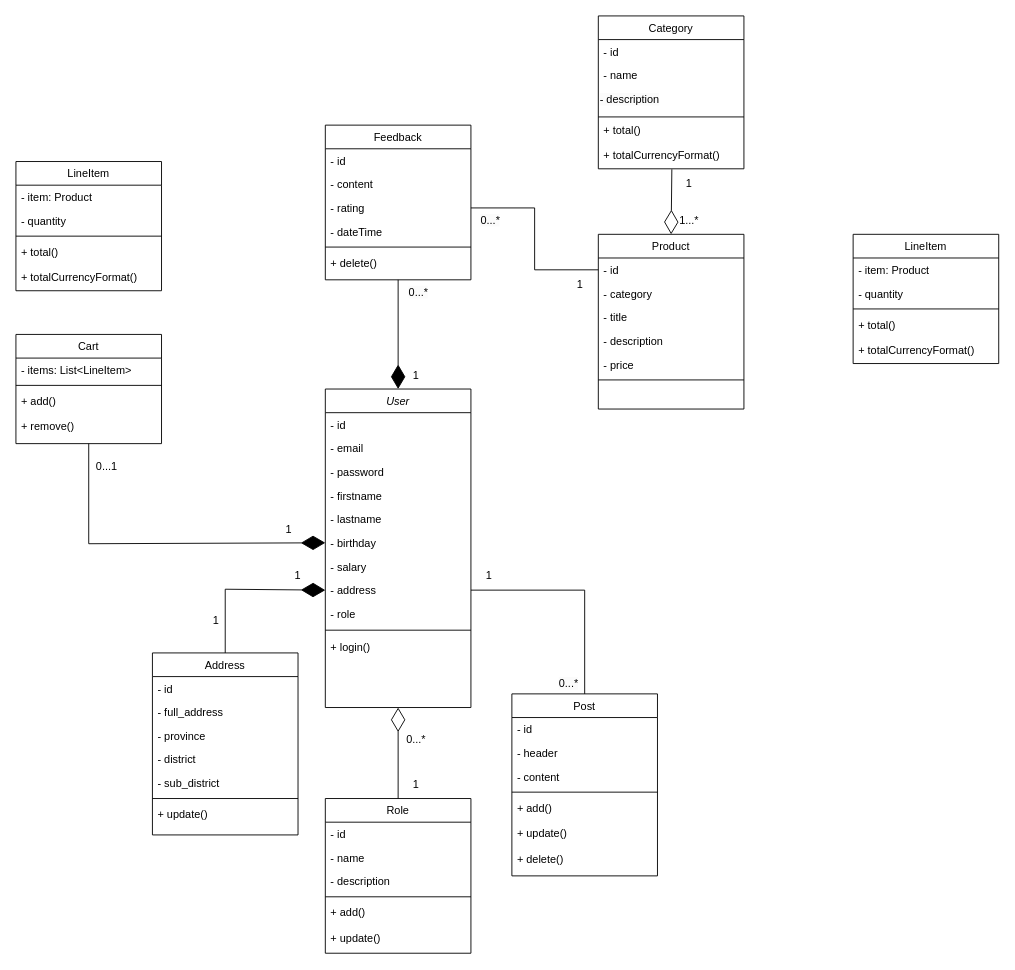
The draw.io diagram WEB.drawio in Bisoo12300/web_project_ERD, before the edit. Source tidied: cells renumbered, new cells numbered last; positions are measured from the earlier drawing's top-left corner, leaving out a move shared by most shapes. Both pictures are drawn from the tidied source at 91%, with x=0, y=0 at pixel (15, 15).
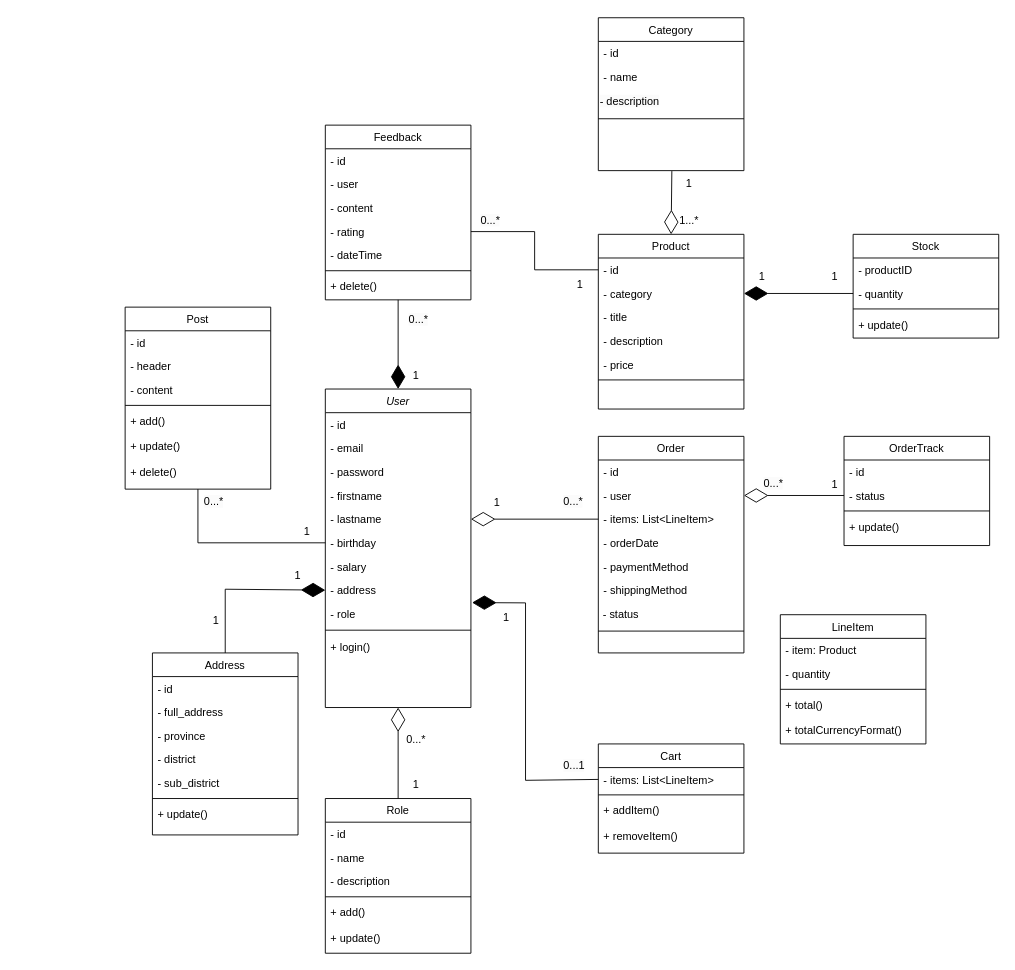
After the change.

Commit message:
Cập nhật WEB.drawio

Unchanged cells that the change refers to:
```xml
<mxCell id="7" value="- lastname" style="text;align=left;verticalAlign=top;spacingLeft=4;spacingRight=4;overflow=hidden;points=[[0,0.5],[1,0.5]];portConstraint=eastwest;rounded=0;shadow=0;html=0;" parent="2" vertex="1">
  <mxGeometry y="130" width="160" height="26" as="geometry" />
</mxCell>
<mxCell id="8" value="- birthday" style="text;align=left;verticalAlign=top;spacingLeft=4;spacingRight=4;overflow=hidden;points=[[0,0.5],[1,0.5]];portConstraint=eastwest;rounded=0;shadow=0;html=0;" parent="2" vertex="1">
  <mxGeometry y="156" width="160" height="26" as="geometry" />
</mxCell>
<mxCell id="10" value="- address " style="text;align=left;verticalAlign=top;spacingLeft=4;spacingRight=4;overflow=hidden;points=[[0,0.5],[1,0.5]];portConstraint=eastwest;rounded=0;shadow=0;html=0;" parent="2" vertex="1">
  <mxGeometry y="208" width="160" height="26" as="geometry" />
</mxCell>
<mxCell id="57" value="- items: List&lt;LineItem&gt;" style="text;align=left;verticalAlign=top;spacingLeft=4;spacingRight=4;overflow=hidden;points=[[0,0.5],[1,0.5]];portConstraint=eastwest;" parent="56" vertex="1">
  <mxGeometry y="26" width="160" height="26" as="geometry" />
</mxCell>
<mxCell id="70" value="Product" style="swimlane;fontStyle=0;align=center;verticalAlign=top;horizontal=1;startSize=26;rounded=0;shadow=0;strokeWidth=1;" parent="1" vertex="1">
  <mxGeometry x="640" y="240" width="160" height="192" as="geometry" />
</mxCell>
<mxCell id="72" value="- category" style="text;align=left;verticalAlign=top;spacingLeft=4;spacingRight=4;overflow=hidden;points=[[0,0.5],[1,0.5]];portConstraint=eastwest;rounded=0;shadow=0;html=0;" parent="70" vertex="1">
  <mxGeometry y="52" width="160" height="26" as="geometry" />
</mxCell>
<mxCell id="92" value="- quantity" style="text;align=left;verticalAlign=top;spacingLeft=4;spacingRight=4;overflow=hidden;points=[[0,0.5],[1,0.5]];portConstraint=eastwest;" parent="90" vertex="1">
  <mxGeometry y="52" width="160" height="26" as="geometry" />
</mxCell>
```

The edit, as a diff of the source:
```diff
@@
     <mxCell id="35" value="Post" style="swimlane;fontStyle=0;align=center;verticalAlign=top;horizontal=1;startSize=26;rounded=0;shadow=0;strokeWidth=1;" parent="1" vertex="1">
-      <mxGeometry x="545" y="745" width="160" height="200" as="geometry" />
+      <mxGeometry x="120" y="320" width="160" height="200" as="geometry" />
     </mxCell>
@@
-    <mxCell id="43" style="endArrow=none;html=1;edgeStyle=orthogonalEdgeStyle;rounded=0;exitX=1;exitY=0.5;exitDx=0;exitDy=0;entryX=0.5;entryY=0;entryDx=0;entryDy=0;" parent="1" edge="1" source="10" target="35">
-      <mxGeometry relative="1" as="geometry" />
-    </mxCell>
     <mxCell id="44" value="1" style="text;html=1;strokeColor=none;fillColor=none;align=center;verticalAlign=middle;whiteSpace=wrap;rounded=0;" parent="1" vertex="1">
-      <mxGeometry x="490" y="600" width="60" height="30" as="geometry" />
+      <mxGeometry x="290" y="552" width="60" height="30" as="geometry" />
     </mxCell>
     <mxCell id="45" value="&lt;span style=&quot;color: rgb(0, 0, 0); font-family: Helvetica; font-size: 12px; font-style: normal; font-variant-ligatures: normal; font-variant-caps: normal; font-weight: 400; letter-spacing: normal; orphans: 2; text-align: center; text-indent: 0px; text-transform: none; widows: 2; word-spacing: 0px; -webkit-text-stroke-width: 0px; background-color: rgb(251, 251, 251); text-decoration-thickness: initial; text-decoration-style: initial; text-decoration-color: initial; float: none; display: inline !important;&quot;&gt;0...*&lt;/span&gt;" style="text;whiteSpace=wrap;html=1;" parent="1" vertex="1">
-      <mxGeometry x="595" y="720" width="50" height="40" as="geometry" />
+      <mxGeometry x="205" y="520" width="50" height="40" as="geometry" />
     </mxCell>
     <mxCell id="46" value="Feedback" style="swimlane;fontStyle=0;align=center;verticalAlign=top;horizontal=1;startSize=26;rounded=0;shadow=0;strokeWidth=1;" parent="1" vertex="1">
-      <mxGeometry x="340" y="120" width="160" height="170" as="geometry" />
+      <mxGeometry x="340" y="120" width="160" height="192" as="geometry" />
     </mxCell>
+    <mxCell id="96" value="- id " style="text;align=left;verticalAlign=top;spacingLeft=4;spacingRight=4;overflow=hidden;" parent="46" vertex="1">
+      <mxGeometry y="26" width="160" height="26" as="geometry" />
+    </mxCell>
-    <mxCell id="47" value="- id " style="text;align=left;verticalAlign=top;spacingLeft=4;spacingRight=4;overflow=hidden;" parent="46" vertex="1">
-      <mxGeometry y="26" width="160" height="26" as="geometry" />
+    <mxCell id="47" value="- user" style="text;align=left;verticalAlign=top;spacingLeft=4;spacingRight=4;overflow=hidden;" parent="46" vertex="1">
+      <mxGeometry y="52" width="160" height="26" as="geometry" />
     </mxCell>
     <mxCell id="48" value="- content" style="text;align=left;verticalAlign=top;spacingLeft=4;spacingRight=4;overflow=hidden;rounded=0;shadow=0;html=0;" parent="46" vertex="1">
-      <mxGeometry y="52" width="160" height="26" as="geometry" />
+      <mxGeometry y="78" width="160" height="26" as="geometry" />
     </mxCell>
     <mxCell id="49" value="- rating" style="text;align=left;verticalAlign=top;spacingLeft=4;spacingRight=4;overflow=hidden;points=[[0,0.5],[1,0.5]];portConstraint=eastwest;rounded=0;shadow=0;html=0;" parent="46" vertex="1">
-      <mxGeometry y="78" width="160" height="26" as="geometry" />
+      <mxGeometry y="104" width="160" height="26" as="geometry" />
     </mxCell>
     <mxCell id="50" value="- dateTime" style="text;align=left;verticalAlign=top;spacingLeft=4;spacingRight=4;overflow=hidden;rounded=0;shadow=0;html=0;" parent="46" vertex="1">
-      <mxGeometry y="104" width="160" height="26" as="geometry" />
+      <mxGeometry y="130" width="160" height="26" as="geometry" />
     </mxCell>
     <mxCell id="51" style="line;html=1;strokeWidth=1;align=left;verticalAlign=middle;spacingTop=-1;spacingLeft=3;spacingRight=3;labelPosition=right;" parent="46" vertex="1">
-      <mxGeometry y="130" width="160" height="8" as="geometry" />
+      <mxGeometry y="156" width="160" height="8" as="geometry" />
     </mxCell>
     <mxCell id="52" value="+ delete()" style="text;align=left;verticalAlign=top;spacingLeft=4;spacingRight=4;overflow=hidden;rounded=0;shadow=0;html=0;" parent="46" vertex="1">
-      <mxGeometry y="138" width="160" height="28" as="geometry" />
+      <mxGeometry y="164" width="160" height="28" as="geometry" />
     </mxCell>
@@
     <mxCell id="54" value="&lt;span style=&quot;color: rgb(0, 0, 0); font-family: Helvetica; font-size: 12px; font-style: normal; font-variant-ligatures: normal; font-variant-caps: normal; font-weight: 400; letter-spacing: normal; orphans: 2; text-align: center; text-indent: 0px; text-transform: none; widows: 2; word-spacing: 0px; -webkit-text-stroke-width: 0px; background-color: rgb(251, 251, 251); text-decoration-thickness: initial; text-decoration-style: initial; text-decoration-color: initial; float: none; display: inline !important;&quot;&gt;0...*&lt;/span&gt;" style="text;whiteSpace=wrap;html=1;" parent="1" vertex="1">
-      <mxGeometry x="430" y="290" width="50" height="40" as="geometry" />
+      <mxGeometry x="430" y="320" width="50" height="40" as="geometry" />
     </mxCell>
@@
     <mxCell id="56" value="Cart" style="swimlane;fontStyle=0;align=center;verticalAlign=top;horizontal=1;startSize=26;rounded=0;shadow=0;strokeWidth=1;" parent="1" vertex="1">
-      <mxGeometry y="350" width="160" height="120" as="geometry" />
+      <mxGeometry x="640" y="800" width="160" height="120" as="geometry" />
     </mxCell>
@@
-    <mxCell id="59" value="+ add()" style="text;align=left;verticalAlign=top;spacingLeft=4;spacingRight=4;overflow=hidden;rounded=0;shadow=0;html=0;" parent="56" vertex="1">
+    <mxCell id="59" value="+ addItem()" style="text;align=left;verticalAlign=top;spacingLeft=4;spacingRight=4;overflow=hidden;rounded=0;shadow=0;html=0;" parent="56" vertex="1">
       <mxGeometry y="60" width="160" height="28" as="geometry" />
     </mxCell>
-    <mxCell id="60" value="+ remove()" style="text;align=left;verticalAlign=top;spacingLeft=4;spacingRight=4;overflow=hidden;rounded=0;shadow=0;html=0;" parent="56" vertex="1">
+    <mxCell id="60" value="+ removeItem()" style="text;align=left;verticalAlign=top;spacingLeft=4;spacingRight=4;overflow=hidden;rounded=0;shadow=0;html=0;" parent="56" vertex="1">
       <mxGeometry y="88" width="160" height="28" as="geometry" />
     </mxCell>
-    <mxCell id="61" style="endArrow=diamondThin;endFill=1;endSize=24;html=1;rounded=0;entryX=0;entryY=0.5;entryDx=0;entryDy=0;exitX=0.5;exitY=1;exitDx=0;exitDy=0;" parent="1" edge="1" source="56" target="8">
-      <mxGeometry relative="1" as="geometry">
-        <Array as="points">
-          <mxPoint x="80" y="580" />
-        </Array>
-      </mxGeometry>
-    </mxCell>
-    <mxCell id="62" value="1" style="text;html=1;strokeColor=none;fillColor=none;align=center;verticalAlign=middle;whiteSpace=wrap;rounded=0;" parent="1" vertex="1">
-      <mxGeometry x="270" y="550" width="60" height="30" as="geometry" />
-    </mxCell>
-    <mxCell id="63" value="0...1" style="text;html=1;strokeColor=none;fillColor=none;align=center;verticalAlign=middle;whiteSpace=wrap;rounded=0;" parent="1" vertex="1">
-      <mxGeometry x="70" y="480" width="60" height="30" as="geometry" />
-    </mxCell>
     <mxCell id="64" value="LineItem" style="swimlane;fontStyle=0;align=center;verticalAlign=top;horizontal=1;startSize=26;rounded=0;shadow=0;strokeWidth=1;" parent="1" vertex="1">
-      <mxGeometry y="160" width="160" height="142" as="geometry" />
+      <mxGeometry x="840" y="658" width="160" height="142" as="geometry" />
     </mxCell>
@@
     <mxCell id="80" value="Category" style="swimlane;fontStyle=0;align=center;verticalAlign=top;horizontal=1;startSize=26;rounded=0;shadow=0;strokeWidth=1;" parent="1" vertex="1">
-      <mxGeometry x="640" width="160" height="168" as="geometry" />
+      <mxGeometry x="640" y="2" width="160" height="168" as="geometry" />
     </mxCell>
@@
-    <mxCell id="85" value="+ total()" style="text;align=left;verticalAlign=top;spacingLeft=4;spacingRight=4;overflow=hidden;rounded=0;shadow=0;html=0;" parent="80" vertex="1">
-      <mxGeometry y="112" width="160" height="28" as="geometry" />
-    </mxCell>
-    <mxCell id="86" value="+ totalCurrencyFormat()" style="text;align=left;verticalAlign=top;spacingLeft=4;spacingRight=4;overflow=hidden;points=[[0,0.5],[1,0.5]];portConstraint=eastwest;rounded=0;shadow=0;html=0;" parent="80" vertex="1">
-      <mxGeometry y="140" width="160" height="28" as="geometry" />
-    </mxCell>
-    <mxCell id="87" style="endArrow=diamondThin;endFill=0;endSize=24;html=1;rounded=0;entryX=0.5;entryY=0;entryDx=0;entryDy=0;exitX=0.505;exitY=1.019;exitDx=0;exitDy=0;exitPerimeter=0;" parent="1" edge="1" source="86" target="70">
-      <mxGeometry relative="1" as="geometry" />
+    <mxCell id="87" style="endArrow=diamondThin;endFill=0;endSize=24;html=1;rounded=0;entryX=0.5;entryY=0;entryDx=0;entryDy=0;exitX=0.505;exitY=1.019;exitDx=0;exitDy=0;exitPerimeter=0;" parent="1" edge="1" target="70">
+      <mxGeometry relative="1" as="geometry">
+        <mxPoint x="720.8" y="170.5" as="sourcePoint" />
+      </mxGeometry>
     </mxCell>
@@
-    <mxCell id="90" value="LineItem" style="swimlane;fontStyle=0;align=center;verticalAlign=top;horizontal=1;startSize=26;rounded=0;shadow=0;strokeWidth=1;" parent="1" vertex="1">
-      <mxGeometry x="920" y="240" width="160" height="142" as="geometry" />
+    <mxCell id="90" value="Stock" style="swimlane;fontStyle=0;align=center;verticalAlign=top;horizontal=1;startSize=26;rounded=0;shadow=0;strokeWidth=1;" parent="1" vertex="1">
+      <mxGeometry x="920" y="240" width="160" height="114" as="geometry" />
     </mxCell>
-    <mxCell id="91" value="- item: Product" style="text;align=left;verticalAlign=top;spacingLeft=4;spacingRight=4;overflow=hidden;" parent="90" vertex="1">
+    <mxCell id="91" value="- productID" style="text;align=left;verticalAlign=top;spacingLeft=4;spacingRight=4;overflow=hidden;" parent="90" vertex="1">
       <mxGeometry y="26" width="160" height="26" as="geometry" />
     </mxCell>
@@
-    <mxCell id="94" value="+ total()" style="text;align=left;verticalAlign=top;spacingLeft=4;spacingRight=4;overflow=hidden;rounded=0;shadow=0;html=0;" parent="90" vertex="1">
+    <mxCell id="94" value="+ update()" style="text;align=left;verticalAlign=top;spacingLeft=4;spacingRight=4;overflow=hidden;rounded=0;shadow=0;html=0;" parent="90" vertex="1">
       <mxGeometry y="86" width="160" height="28" as="geometry" />
     </mxCell>
-    <mxCell id="95" value="+ totalCurrencyFormat()" style="text;align=left;verticalAlign=top;spacingLeft=4;spacingRight=4;overflow=hidden;rounded=0;shadow=0;html=0;" parent="90" vertex="1">
-      <mxGeometry y="114" width="160" height="28" as="geometry" />
-    </mxCell>
+    <mxCell id="97" style="endArrow=diamondThin;endFill=1;endSize=24;html=1;rounded=0;entryX=1;entryY=0.5;entryDx=0;entryDy=0;exitX=0;exitY=0.5;exitDx=0;exitDy=0;" parent="1" edge="1" source="92" target="72">
+      <mxGeometry relative="1" as="geometry" />
+    </mxCell>
+    <mxCell id="98" value="1" style="text;html=1;strokeColor=none;fillColor=none;align=center;verticalAlign=middle;whiteSpace=wrap;rounded=0;" parent="1" vertex="1">
+      <mxGeometry x="790" y="272" width="60" height="30" as="geometry" />
+    </mxCell>
+    <mxCell id="99" value="1" style="text;html=1;strokeColor=none;fillColor=none;align=center;verticalAlign=middle;whiteSpace=wrap;rounded=0;" parent="1" vertex="1">
+      <mxGeometry x="870" y="272" width="60" height="30" as="geometry" />
+    </mxCell>
+    <mxCell id="100" value="Order" style="swimlane;fontStyle=0;align=center;verticalAlign=top;horizontal=1;startSize=26;rounded=0;shadow=0;strokeWidth=1;" parent="1" vertex="1">
+      <mxGeometry x="640" y="462" width="160" height="238" as="geometry" />
+    </mxCell>
+    <mxCell id="101" value="- id " style="text;align=left;verticalAlign=top;spacingLeft=4;spacingRight=4;overflow=hidden;" parent="100" vertex="1">
+      <mxGeometry y="26" width="160" height="26" as="geometry" />
+    </mxCell>
+    <mxCell id="102" value="- user" style="text;align=left;verticalAlign=top;spacingLeft=4;spacingRight=4;overflow=hidden;points=[[0,0.5],[1,0.5]];portConstraint=eastwest;rounded=0;shadow=0;html=0;" parent="100" vertex="1">
+      <mxGeometry y="52" width="160" height="26" as="geometry" />
+    </mxCell>
+    <mxCell id="103" value="- items: List&lt;LineItem&gt;" style="text;align=left;verticalAlign=top;spacingLeft=4;spacingRight=4;overflow=hidden;points=[[0,0.5],[1,0.5]];portConstraint=eastwest;" parent="100" vertex="1">
+      <mxGeometry y="78" width="160" height="26" as="geometry" />
+    </mxCell>
+    <mxCell id="104" value="- orderDate" style="text;align=left;verticalAlign=top;spacingLeft=4;spacingRight=4;overflow=hidden;rounded=0;shadow=0;html=0;" parent="100" vertex="1">
+      <mxGeometry y="104" width="160" height="26" as="geometry" />
+    </mxCell>
+    <mxCell id="105" value="- paymentMethod" style="text;align=left;verticalAlign=top;spacingLeft=4;spacingRight=4;overflow=hidden;rounded=0;shadow=0;html=0;" parent="100" vertex="1">
+      <mxGeometry y="130" width="160" height="26" as="geometry" />
+    </mxCell>
+    <mxCell id="106" value="- shippingMethod" style="text;align=left;verticalAlign=top;spacingLeft=4;spacingRight=4;overflow=hidden;rounded=0;shadow=0;html=0;" parent="100" vertex="1">
+      <mxGeometry y="156" width="160" height="26" as="geometry" />
+    </mxCell>
+    <mxCell id="107" value="&amp;nbsp;- status" style="text;whiteSpace=wrap;html=1;" parent="100" vertex="1">
+      <mxGeometry y="182" width="160" height="28" as="geometry" />
+    </mxCell>
+    <mxCell id="108" style="line;html=1;strokeWidth=1;align=left;verticalAlign=middle;spacingTop=-1;spacingLeft=3;spacingRight=3;labelPosition=right;" parent="100" vertex="1">
+      <mxGeometry y="210" width="160" height="8" as="geometry" />
+    </mxCell>
+    <mxCell id="109" style="endArrow=none;html=1;edgeStyle=orthogonalEdgeStyle;rounded=0;exitX=0.5;exitY=1;exitDx=0;exitDy=0;entryX=0;entryY=0.5;entryDx=0;entryDy=0;" parent="1" edge="1" source="35" target="8">
+      <mxGeometry relative="1" as="geometry" />
+    </mxCell>
+    <mxCell id="110" style="endArrow=diamondThin;endFill=1;endSize=24;html=1;rounded=0;entryX=1.008;entryY=1.027;entryDx=0;entryDy=0;entryPerimeter=0;exitX=0;exitY=0.5;exitDx=0;exitDy=0;" parent="1" edge="1" source="57" target="10">
+      <mxGeometry relative="1" as="geometry">
+        <Array as="points">
+          <mxPoint x="560" y="840" />
+          <mxPoint x="560" y="645" />
+        </Array>
+      </mxGeometry>
+    </mxCell>
+    <mxCell id="111" value="1" style="text;html=1;strokeColor=none;fillColor=none;align=center;verticalAlign=middle;whiteSpace=wrap;rounded=0;" parent="1" vertex="1">
+      <mxGeometry x="509" y="646" width="60" height="30" as="geometry" />
+    </mxCell>
+    <mxCell id="63" value="&lt;span style=&quot;color: rgb(0, 0, 0); font-family: Helvetica; font-size: 12px; font-style: normal; font-variant-ligatures: normal; font-variant-caps: normal; font-weight: 400; letter-spacing: normal; orphans: 2; text-align: center; text-indent: 0px; text-transform: none; widows: 2; word-spacing: 0px; -webkit-text-stroke-width: 0px; background-color: rgb(251, 251, 251); text-decoration-thickness: initial; text-decoration-style: initial; text-decoration-color: initial; float: none; display: inline !important;&quot;&gt;0...1&lt;/span&gt;" style="text;whiteSpace=wrap;html=1;" parent="1" vertex="1">
+      <mxGeometry x="600" y="810" width="50" height="40" as="geometry" />
+    </mxCell>
+    <mxCell id="112" style="endArrow=diamondThin;endFill=0;endSize=24;html=1;rounded=0;entryX=1;entryY=0.5;entryDx=0;entryDy=0;exitX=0;exitY=0.5;exitDx=0;exitDy=0;" parent="1" edge="1" source="103" target="7">
+      <mxGeometry relative="1" as="geometry" />
+    </mxCell>
+    <mxCell id="113" value="1" style="text;html=1;strokeColor=none;fillColor=none;align=center;verticalAlign=middle;whiteSpace=wrap;rounded=0;" parent="1" vertex="1">
+      <mxGeometry x="499" y="520" width="60" height="30" as="geometry" />
+    </mxCell>
+    <mxCell id="114" value="&lt;span style=&quot;color: rgb(0, 0, 0); font-family: Helvetica; font-size: 12px; font-style: normal; font-variant-ligatures: normal; font-variant-caps: normal; font-weight: 400; letter-spacing: normal; orphans: 2; text-align: center; text-indent: 0px; text-transform: none; widows: 2; word-spacing: 0px; -webkit-text-stroke-width: 0px; background-color: rgb(251, 251, 251); text-decoration-thickness: initial; text-decoration-style: initial; text-decoration-color: initial; float: none; display: inline !important;&quot;&gt;0...*&lt;/span&gt;" style="text;whiteSpace=wrap;html=1;" parent="1" vertex="1">
+      <mxGeometry x="600" y="520" width="50" height="40" as="geometry" />
+    </mxCell>
+    <mxCell id="115" value="OrderTrack" style="swimlane;fontStyle=0;align=center;verticalAlign=top;horizontal=1;startSize=26;rounded=0;shadow=0;strokeWidth=1;" parent="1" vertex="1">
+      <mxGeometry x="910" y="462" width="160" height="120" as="geometry" />
+    </mxCell>
+    <mxCell id="116" value="- id" style="text;align=left;verticalAlign=top;spacingLeft=4;spacingRight=4;overflow=hidden;" parent="115" vertex="1">
+      <mxGeometry y="26" width="160" height="26" as="geometry" />
+    </mxCell>
+    <mxCell id="117" value="- status" style="text;align=left;verticalAlign=top;spacingLeft=4;spacingRight=4;overflow=hidden;points=[[0,0.5],[1,0.5]];portConstraint=eastwest;" parent="115" vertex="1">
+      <mxGeometry y="52" width="160" height="26" as="geometry" />
+    </mxCell>
+    <mxCell id="118" style="line;html=1;strokeWidth=1;align=left;verticalAlign=middle;spacingTop=-1;spacingLeft=3;spacingRight=3;labelPosition=right;" parent="115" vertex="1">
+      <mxGeometry y="78" width="160" height="8" as="geometry" />
+    </mxCell>
+    <mxCell id="119" value="+ update()" style="text;align=left;verticalAlign=top;spacingLeft=4;spacingRight=4;overflow=hidden;rounded=0;shadow=0;html=0;" parent="115" vertex="1">
+      <mxGeometry y="86" width="160" height="28" as="geometry" />
+    </mxCell>
+    <mxCell id="120" style="endArrow=diamondThin;endFill=0;endSize=24;html=1;rounded=0;entryX=1;entryY=0.5;entryDx=0;entryDy=0;exitX=0;exitY=0.5;exitDx=0;exitDy=0;" parent="1" edge="1" source="117" target="102">
+      <mxGeometry relative="1" as="geometry" />
+    </mxCell>
+    <mxCell id="121" value="1" style="text;html=1;strokeColor=none;fillColor=none;align=center;verticalAlign=middle;whiteSpace=wrap;rounded=0;" parent="1" vertex="1">
+      <mxGeometry x="870" y="500" width="60" height="30" as="geometry" />
+    </mxCell>
+    <mxCell id="122" value="&lt;span style=&quot;color: rgb(0, 0, 0); font-family: Helvetica; font-size: 12px; font-style: normal; font-variant-ligatures: normal; font-variant-caps: normal; font-weight: 400; letter-spacing: normal; orphans: 2; text-align: center; text-indent: 0px; text-transform: none; widows: 2; word-spacing: 0px; -webkit-text-stroke-width: 0px; background-color: rgb(251, 251, 251); text-decoration-thickness: initial; text-decoration-style: initial; text-decoration-color: initial; float: none; display: inline !important;&quot;&gt;0...*&lt;/span&gt;" style="text;whiteSpace=wrap;html=1;" parent="1" vertex="1">
+      <mxGeometry x="820" y="500" width="50" height="40" as="geometry" />
+    </mxCell>
```
